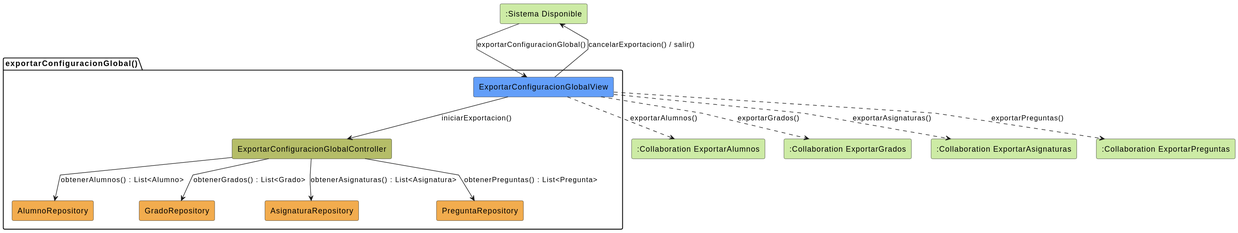
Above: images/analisis/exportarConfiguracionGlobal/colaboracion.svg in martinlopez7/25-26-idsw2-sdVC (PlantUML), before the change.
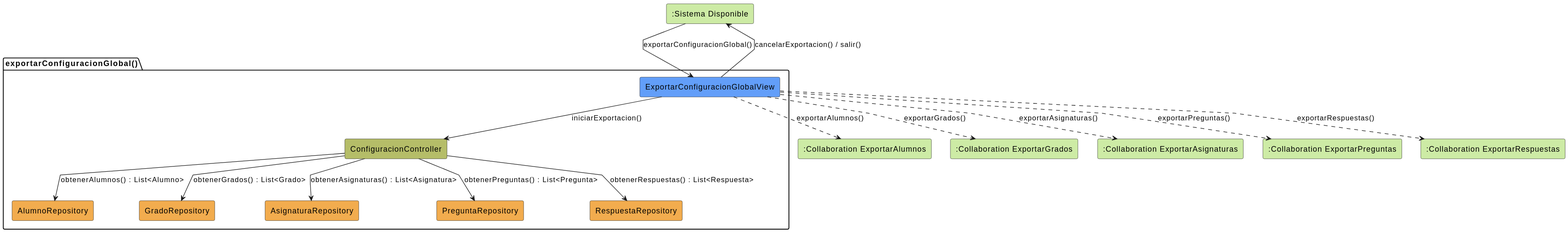
Above is the later version.

Diff of the diagram source:
```diff
@@ -4,31 +4,35 @@
 rectangle #CDEBA5 ":Sistema Disponible" as SistemaDisponible
 package exportarConfiguracionGlobal as "exportarConfiguracionGlobal()" {
     rectangle #629EF9 ExportarConfiguracionGlobalView
-    rectangle #b5bd68 ExportarConfiguracionGlobalController
+    rectangle #b5bd68 ConfiguracionController
     rectangle #F2AC4E AlumnoRepository
     rectangle #F2AC4E GradoRepository
     rectangle #F2AC4E AsignaturaRepository
     rectangle #F2AC4E PreguntaRepository
+    rectangle #F2AC4E RespuestaRepository
 }
 
 rectangle #CDEBA5 ":Collaboration ExportarAlumnos" as ExportarAlumnos
 rectangle #CDEBA5 ":Collaboration ExportarGrados" as ExportarGrados
 rectangle #CDEBA5 ":Collaboration ExportarAsignaturas" as ExportarAsignaturas
 rectangle #CDEBA5 ":Collaboration ExportarPreguntas" as ExportarPreguntas
+rectangle #CDEBA5 ":Collaboration ExportarRespuestas" as ExportarRespuestas
 
 SistemaDisponible -r-> ExportarConfiguracionGlobalView : exportarConfiguracionGlobal()
 
-ExportarConfiguracionGlobalView -d-> ExportarConfiguracionGlobalController: iniciarExportacion()
+ExportarConfiguracionGlobalView -d-> ConfiguracionController: iniciarExportacion()
 
-ExportarConfiguracionGlobalController --> AlumnoRepository: obtenerAlumnos() : List<Alumno>
-ExportarConfiguracionGlobalController --> GradoRepository: obtenerGrados() : List<Grado>
-ExportarConfiguracionGlobalController --> AsignaturaRepository: obtenerAsignaturas() : List<Asignatura>
-ExportarConfiguracionGlobalController --> PreguntaRepository: obtenerPreguntas() : List<Pregunta>
+ConfiguracionController --> AlumnoRepository: obtenerAlumnos() : List<Alumno>
+ConfiguracionController --> GradoRepository: obtenerGrados() : List<Grado>
+ConfiguracionController --> AsignaturaRepository: obtenerAsignaturas() : List<Asignatura>
+ConfiguracionController --> PreguntaRepository: obtenerPreguntas() : List<Pregunta>
+ConfiguracionController --> RespuestaRepository: obtenerRespuestas() : List<Respuesta>
 
 ExportarConfiguracionGlobalView ..> ExportarAlumnos: exportarAlumnos()
 ExportarConfiguracionGlobalView ..> ExportarGrados: exportarGrados()
 ExportarConfiguracionGlobalView ..> ExportarAsignaturas: exportarAsignaturas()
 ExportarConfiguracionGlobalView ..> ExportarPreguntas: exportarPreguntas()
+ExportarConfiguracionGlobalView ..> ExportarRespuestas: exportarRespuestas()
 
 ExportarConfiguracionGlobalView -u-> SistemaDisponible: cancelarExportacion() / salir()
 @enduml
```
